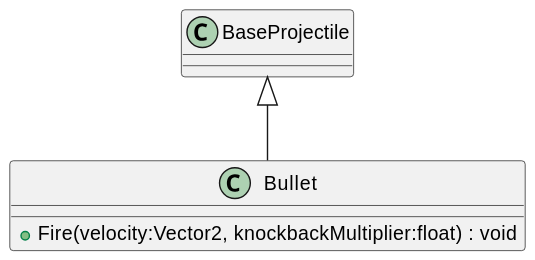
The PlantUML diagram UML/Combat/Bullet.svg in KawinM23/TakeControl, before a commit. The source it was exported from:
```plantuml
@startuml
class Bullet {
    + Fire(velocity:Vector2, knockbackMultiplier:float) : void
}
BaseProjectile <|-- Bullet
@enduml
```
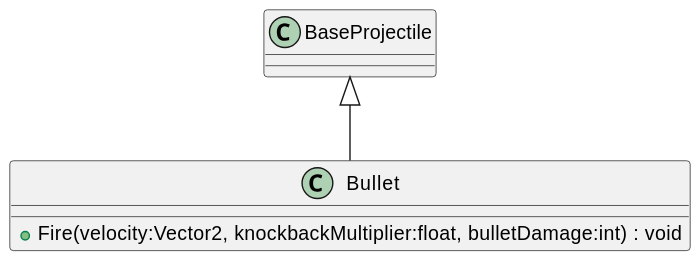
The same file after the commit.

Commit message:
ci: generate uml (Generate UML)

What changed in the source:
```diff
@@ -1,6 +1,6 @@
 @startuml
 class Bullet {
-    + Fire(velocity:Vector2, knockbackMultiplier:float) : void
+    + Fire(velocity:Vector2, knockbackMultiplier:float, bulletDamage:int) : void
 }
 BaseProjectile <|-- Bullet
 @enduml
```
